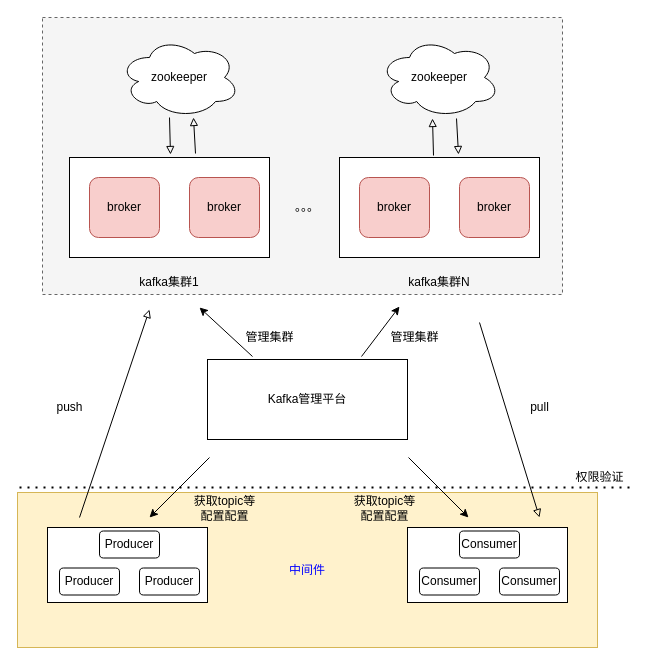
Earlier version of the draw.io diagram 未命名绘图2.drawio (helen-xh/qt-installer-firmware). Source tidied: cells renumbered, new cells numbered last; positions are measured from the earlier drawing's top-left corner, leaving out a move shared by most shapes. Both pictures are drawn from the tidied source at 100%, with x=0, y=0 at pixel (17, 17).
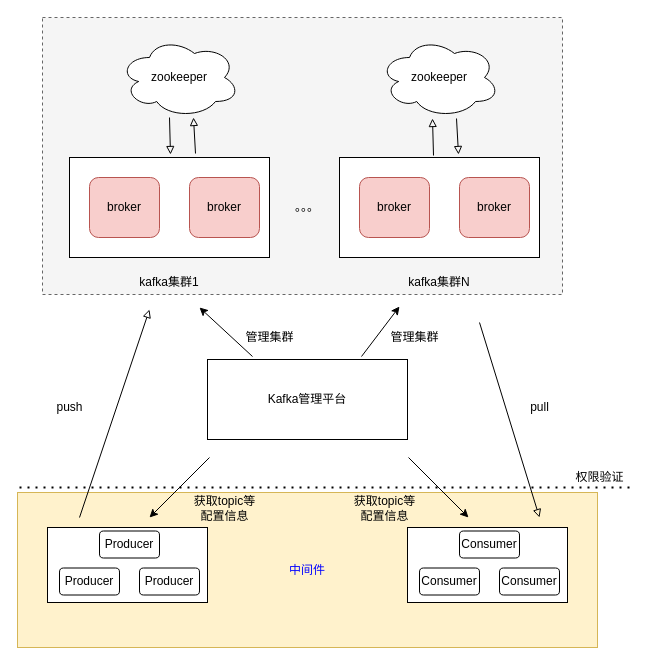
The same diagram, later.

Commit message:
更新未命名绘图2.drawio

The edit, as a diff of the source:
```diff
@@
-    <mxCell id="39" value="&lt;div&gt;获取topic等&lt;/div&gt;&lt;div&gt;配置配置&lt;/div&gt;" style="text;html=1;align=center;verticalAlign=middle;strokeColor=none;fillColor=none;" parent="1" vertex="1">
+    <mxCell id="39" value="&lt;div&gt;获取topic等&lt;/div&gt;&lt;div&gt;配置信息&lt;/div&gt;" style="text;html=1;align=center;verticalAlign=middle;strokeColor=none;fillColor=none;" parent="1" vertex="1">
       <mxGeometry x="167" y="471" width="80" height="40" as="geometry" />
     </mxCell>
-    <mxCell id="40" value="&lt;div&gt;获取topic等&lt;/div&gt;&lt;div&gt;配置配置&lt;/div&gt;" style="text;html=1;align=center;verticalAlign=middle;strokeColor=none;fillColor=none;" parent="1" vertex="1">
+    <mxCell id="40" value="&lt;div&gt;获取topic等&lt;/div&gt;&lt;div&gt;配置信息&lt;/div&gt;" style="text;html=1;align=center;verticalAlign=middle;strokeColor=none;fillColor=none;" parent="1" vertex="1">
       <mxGeometry x="327" y="471" width="80" height="40" as="geometry" />
     </mxCell>
```
